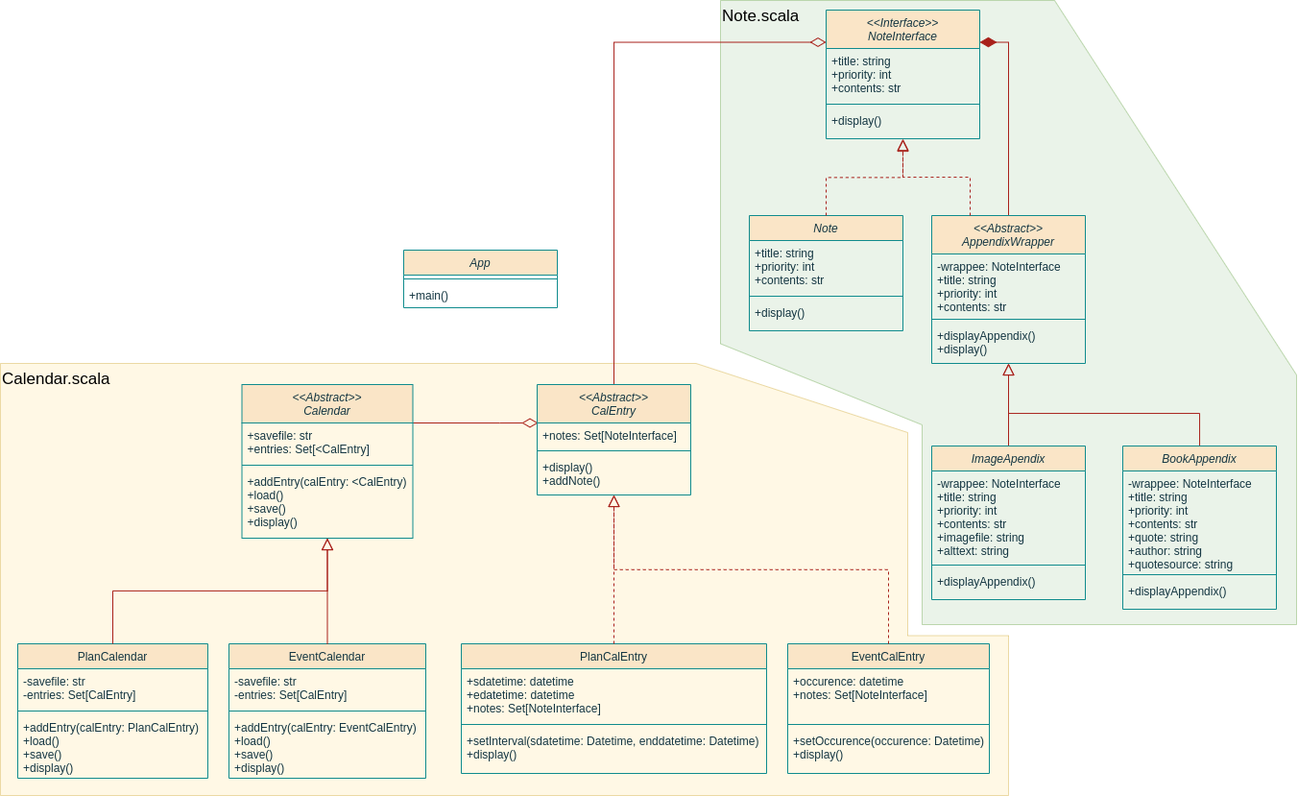
Earlier version of the draw.io export Diagram.png (hamer101/scribe). Source tidied: cells renumbered, new cells last; positions are measured from the earlier drawing's top-left corner, leaving out a move shared by most shapes.
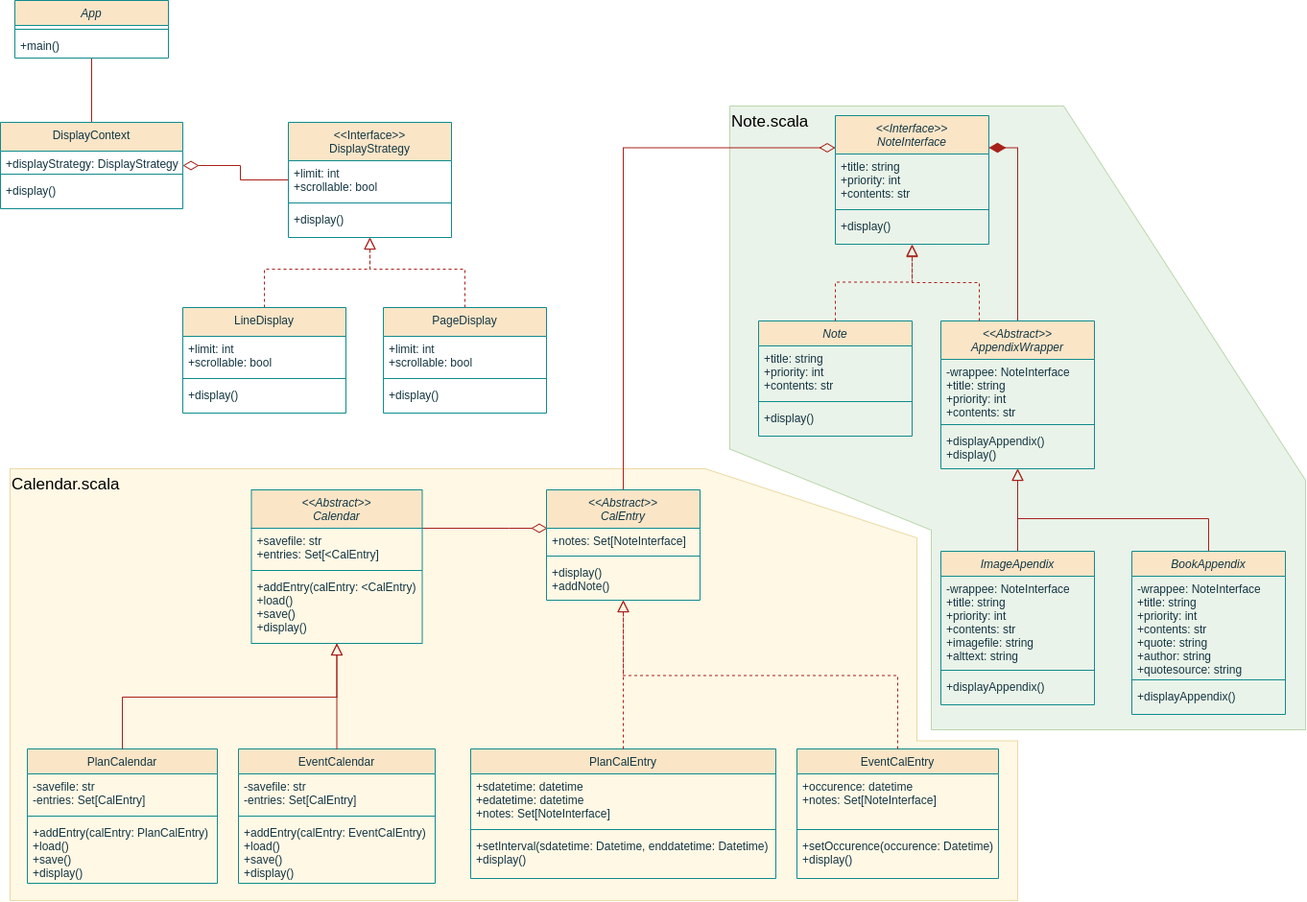
After the commit.

Commit message:
Adding new diagram for plans

The edit, as a diff of the source:
```diff
@@ -58,8 +58,11 @@
     <mxCell id="18" style="endArrow=block;endSize=10;endFill=0;shadow=0;strokeWidth=1;rounded=0;edgeStyle=elbowEdgeStyle;elbow=vertical;exitX=0.5;exitY=0;exitDx=0;exitDy=0;entryX=0.5;entryY=1;entryDx=0;entryDy=0;labelBackgroundColor=none;strokeColor=#A8201A;fontColor=default;swimlaneLine=1;backgroundOutline=0;labelBorderColor=none;" parent="1" edge="1" source="14" target="5">
       <mxGeometry relative="1" as="geometry" />
     </mxCell>
+    <mxCell id="62" style="edgeStyle=orthogonalEdgeStyle;rounded=0;jettySize=auto;html=1;strokeColor=#A8201A;fontColor=#143642;fillColor=#FAE5C7;endArrow=none;endFill=0;" parent="1" edge="1" source="19" target="78">
+      <mxGeometry relative="1" as="geometry" />
+    </mxCell>
     <mxCell id="19" value="App&#10;" style="swimlane;fontStyle=2;align=center;verticalAlign=top;horizontal=1;startSize=26;rounded=0;shadow=0;strokeWidth=1;labelBackgroundColor=none;fillColor=#FAE5C7;strokeColor=#0F8B8D;fontColor=#143642;swimlaneLine=1;backgroundOutline=0;labelBorderColor=none;" parent="1" vertex="1">
-      <mxGeometry x="420" y="260" width="160" height="60" as="geometry" />
+      <mxGeometry x="5" y="-110" width="160" height="60" as="geometry" />
     </mxCell>
     <mxCell id="20" style="line;html=1;strokeWidth=1;align=left;verticalAlign=middle;spacingTop=-1;spacingLeft=3;spacingRight=3;labelPosition=right;rounded=0;labelBackgroundColor=none;fillColor=#FAE5C7;strokeColor=#0F8B8D;fontColor=#143642;shadow=0;swimlaneLine=1;backgroundOutline=0;labelBorderColor=none;" parent="19" vertex="1">
       <mxGeometry y="26" width="160" height="8" as="geometry" />
@@ -192,5 +195,72 @@
     <mxCell id="61" value="+displayAppendix()" style="text;align=left;verticalAlign=top;spacingLeft=4;spacingRight=4;overflow=hidden;rounded=0;labelBackgroundColor=none;fontColor=#143642;shadow=0;swimlaneLine=1;backgroundOutline=0;labelBorderColor=none;" parent="58" vertex="1">
       <mxGeometry y="138" width="160" height="22" as="geometry" />
     </mxCell>
+    <mxCell id="63" style="edgeStyle=orthogonalEdgeStyle;rounded=0;jettySize=auto;html=1;strokeColor=#A8201A;fontColor=#143642;fillColor=#FAE5C7;endArrow=diamondThin;endFill=0;endSize=14;" parent="1" edge="1" source="64" target="78">
+      <mxGeometry relative="1" as="geometry" />
+    </mxCell>
+    <mxCell id="64" value="&lt;&lt;Interface&gt;&gt;&#10;DisplayStrategy" style="swimlane;fontStyle=0;align=center;verticalAlign=top;horizontal=1;startSize=40;rounded=0;shadow=0;strokeWidth=1;labelBackgroundColor=none;fillColor=#FAE5C7;strokeColor=#0F8B8D;fontColor=#143642;swimlaneLine=1;backgroundOutline=0;labelBorderColor=none;" parent="1" vertex="1">
+      <mxGeometry x="290" y="17" width="170" height="120" as="geometry" />
+    </mxCell>
+    <mxCell id="65" value="+limit: int&#10;+scrollable: bool" style="text;align=left;verticalAlign=top;spacingLeft=4;spacingRight=4;overflow=hidden;rounded=0;labelBackgroundColor=none;fontColor=#143642;shadow=0;swimlaneLine=1;backgroundOutline=0;labelBorderColor=none;" parent="64" vertex="1">
+      <mxGeometry y="40" width="170" height="40" as="geometry" />
+    </mxCell>
+    <mxCell id="66" style="line;html=1;strokeWidth=1;align=left;verticalAlign=middle;spacingTop=-1;spacingLeft=3;spacingRight=3;labelPosition=right;rounded=0;labelBackgroundColor=none;fillColor=#FAE5C7;strokeColor=#0F8B8D;fontColor=#143642;shadow=0;swimlaneLine=1;backgroundOutline=0;labelBorderColor=none;" parent="64" vertex="1">
+      <mxGeometry y="80" width="170" height="8" as="geometry" />
+    </mxCell>
+    <mxCell id="67" value="+display()" style="text;align=left;verticalAlign=top;spacingLeft=4;spacingRight=4;overflow=hidden;rounded=0;labelBackgroundColor=none;fontColor=#143642;shadow=0;swimlaneLine=1;backgroundOutline=0;labelBorderColor=none;" parent="64" vertex="1">
+      <mxGeometry y="88" width="170" height="32" as="geometry" />
+    </mxCell>
+    <mxCell id="68" style="edgeStyle=orthogonalEdgeStyle;rounded=0;jettySize=auto;html=1;strokeColor=#A8201A;fontColor=#143642;fillColor=#FAE5C7;endArrow=block;endFill=0;dashed=1;endSize=10;" parent="1" edge="1" source="69" target="64">
+      <mxGeometry relative="1" as="geometry">
+        <Array as="points">
+          <mxPoint x="265" y="170" />
+          <mxPoint x="375" y="170" />
+        </Array>
+      </mxGeometry>
+    </mxCell>
+    <mxCell id="69" value="LineDisplay" style="swimlane;fontStyle=0;align=center;verticalAlign=top;horizontal=1;startSize=30;rounded=0;shadow=0;strokeWidth=1;labelBackgroundColor=none;fillColor=#FAE5C7;strokeColor=#0F8B8D;fontColor=#143642;swimlaneLine=1;backgroundOutline=0;labelBorderColor=none;" parent="1" vertex="1">
+      <mxGeometry x="180" y="210" width="170" height="110" as="geometry" />
+    </mxCell>
+    <mxCell id="70" value="+limit: int&#10;+scrollable: bool" style="text;align=left;verticalAlign=top;spacingLeft=4;spacingRight=4;overflow=hidden;rounded=0;labelBackgroundColor=none;fontColor=#143642;shadow=0;swimlaneLine=1;backgroundOutline=0;labelBorderColor=none;" parent="69" vertex="1">
+      <mxGeometry y="30" width="170" height="40" as="geometry" />
+    </mxCell>
+    <mxCell id="71" style="line;html=1;strokeWidth=1;align=left;verticalAlign=middle;spacingTop=-1;spacingLeft=3;spacingRight=3;labelPosition=right;rounded=0;labelBackgroundColor=none;fillColor=#FAE5C7;strokeColor=#0F8B8D;fontColor=#143642;shadow=0;swimlaneLine=1;backgroundOutline=0;labelBorderColor=none;" parent="69" vertex="1">
+      <mxGeometry y="70" width="170" height="8" as="geometry" />
+    </mxCell>
+    <mxCell id="72" value="+display()" style="text;align=left;verticalAlign=top;spacingLeft=4;spacingRight=4;overflow=hidden;rounded=0;labelBackgroundColor=none;fontColor=#143642;shadow=0;swimlaneLine=1;backgroundOutline=0;labelBorderColor=none;" parent="69" vertex="1">
+      <mxGeometry y="78" width="170" height="32" as="geometry" />
+    </mxCell>
+    <mxCell id="73" style="edgeStyle=orthogonalEdgeStyle;rounded=0;jettySize=auto;html=1;strokeColor=#A8201A;fontColor=#143642;fillColor=#FAE5C7;endArrow=block;endFill=0;dashed=1;endSize=10;" parent="1" edge="1" source="74" target="64">
+      <mxGeometry relative="1" as="geometry">
+        <Array as="points">
+          <mxPoint x="474" y="170" />
+          <mxPoint x="375" y="170" />
+        </Array>
+      </mxGeometry>
+    </mxCell>
+    <mxCell id="74" value="PageDisplay" style="swimlane;fontStyle=0;align=center;verticalAlign=top;horizontal=1;startSize=30;rounded=0;shadow=0;strokeWidth=1;labelBackgroundColor=none;fillColor=#FAE5C7;strokeColor=#0F8B8D;fontColor=#143642;swimlaneLine=1;backgroundOutline=0;labelBorderColor=none;" parent="1" vertex="1">
+      <mxGeometry x="389" y="210" width="170" height="110" as="geometry" />
+    </mxCell>
+    <mxCell id="75" value="+limit: int&#10;+scrollable: bool" style="text;align=left;verticalAlign=top;spacingLeft=4;spacingRight=4;overflow=hidden;rounded=0;labelBackgroundColor=none;fontColor=#143642;shadow=0;swimlaneLine=1;backgroundOutline=0;labelBorderColor=none;" parent="74" vertex="1">
+      <mxGeometry y="30" width="170" height="40" as="geometry" />
+    </mxCell>
+    <mxCell id="76" style="line;html=1;strokeWidth=1;align=left;verticalAlign=middle;spacingTop=-1;spacingLeft=3;spacingRight=3;labelPosition=right;rounded=0;labelBackgroundColor=none;fillColor=#FAE5C7;strokeColor=#0F8B8D;fontColor=#143642;shadow=0;swimlaneLine=1;backgroundOutline=0;labelBorderColor=none;" parent="74" vertex="1">
+      <mxGeometry y="70" width="170" height="8" as="geometry" />
+    </mxCell>
+    <mxCell id="77" value="+display()" style="text;align=left;verticalAlign=top;spacingLeft=4;spacingRight=4;overflow=hidden;rounded=0;labelBackgroundColor=none;fontColor=#143642;shadow=0;swimlaneLine=1;backgroundOutline=0;labelBorderColor=none;" parent="74" vertex="1">
+      <mxGeometry y="78" width="170" height="32" as="geometry" />
+    </mxCell>
+    <mxCell id="78" value="DisplayContext" style="swimlane;fontStyle=0;align=center;verticalAlign=top;horizontal=1;startSize=30;rounded=0;shadow=0;strokeWidth=1;labelBackgroundColor=none;fillColor=#FAE5C7;strokeColor=#0F8B8D;fontColor=#143642;swimlaneLine=1;backgroundOutline=0;labelBorderColor=none;" parent="1" vertex="1">
+      <mxGeometry x="-10" y="17" width="190" height="90" as="geometry" />
+    </mxCell>
+    <mxCell id="79" value="+displayStrategy: DisplayStrategy" style="text;align=left;verticalAlign=top;spacingLeft=4;spacingRight=4;overflow=hidden;rounded=0;labelBackgroundColor=none;fontColor=#143642;shadow=0;swimlaneLine=1;backgroundOutline=0;labelBorderColor=none;" parent="78" vertex="1">
+      <mxGeometry y="30" width="190" height="20" as="geometry" />
+    </mxCell>
+    <mxCell id="80" style="line;html=1;strokeWidth=1;align=left;verticalAlign=middle;spacingTop=-1;spacingLeft=3;spacingRight=3;labelPosition=right;rounded=0;labelBackgroundColor=none;fillColor=#FAE5C7;strokeColor=#0F8B8D;fontColor=#143642;shadow=0;swimlaneLine=1;backgroundOutline=0;labelBorderColor=none;" parent="78" vertex="1">
+      <mxGeometry y="50" width="190" height="8" as="geometry" />
+    </mxCell>
+    <mxCell id="81" value="+display()" style="text;align=left;verticalAlign=top;spacingLeft=4;spacingRight=4;overflow=hidden;rounded=0;labelBackgroundColor=none;fontColor=#143642;shadow=0;swimlaneLine=1;backgroundOutline=0;labelBorderColor=none;" parent="78" vertex="1">
+      <mxGeometry y="58" width="190" height="32" as="geometry" />
+    </mxCell>
   </root>
 </mxGraphModel>
```
